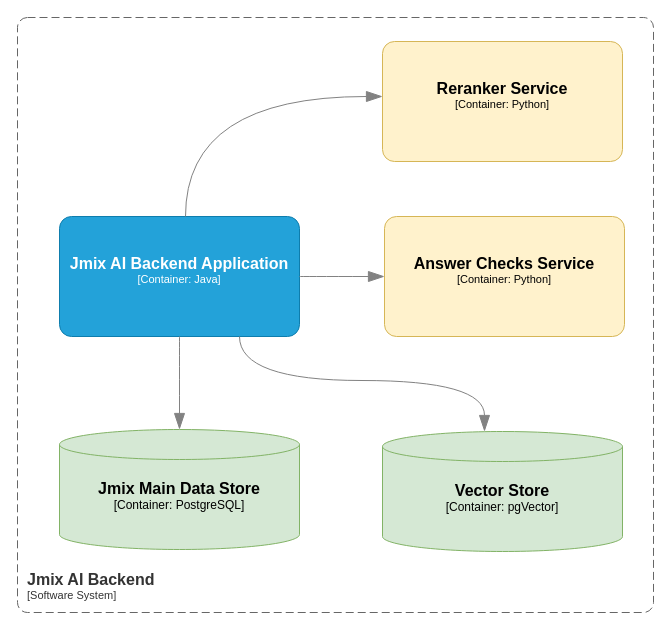
Above: page "containers" (2 of 2) of docs/jmix-ai-backend.drawio in jmix-framework/jmix-ai-backend (draw.io), before the change. Source tidied: cells renumbered, new cells numbered last; positions are measured from the earlier drawing's top-left corner, leaving out a move shared by most shapes. Both pictures are drawn from the tidied source at 100%, with x=0, y=0 at pixel (17, 17).
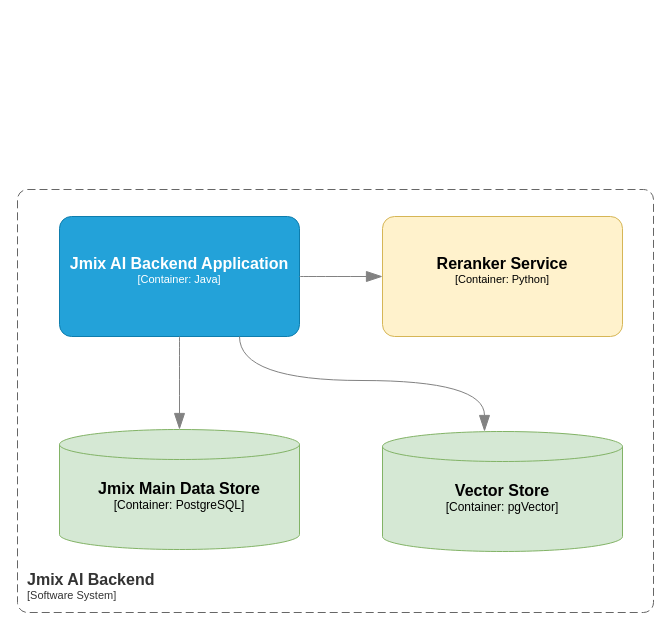
The same page after the edit.

The edit, as a diff of the source:
```diff
@@
 <mxGraphModel>
   <root>
     <mxCell id="0" />
     <mxCell id="1" parent="0" />
     <object id="2" label="&lt;font style=&quot;font-size: 16px&quot;&gt;&lt;b&gt;%c4Type%&lt;/b&gt;&lt;/font&gt;&lt;div&gt;[%c4Container%:&amp;nbsp;%c4Technology%]&lt;/div&gt;&lt;br&gt;&lt;div&gt;&lt;font style=&quot;font-size: 11px&quot;&gt;&lt;font color=&quot;#E6E6E6&quot;&gt;%c4Description%&lt;/font&gt;&lt;/div&gt;" c4Container="Container" c4Description="" c4Technology="PostgreSQL" c4Type="Jmix Main Data Store" placeholders="1">
       <mxCell style="shape=cylinder3;size=15;whiteSpace=wrap;html=1;boundedLbl=1;rounded=0;labelBackgroundColor=none;fillColor=#d5e8d4;fontSize=12;align=center;strokeColor=#82b366;points=[[0.5,0,0],[1,0.25,0],[1,0.5,0],[1,0.75,0],[0.5,1,0],[0,0.75,0],[0,0.5,0],[0,0.25,0]];" parent="1" vertex="1">
         <mxGeometry x="42" y="412" width="240" height="120" as="geometry" />
       </mxCell>
     </object>
     <object id="3" label="&lt;font style=&quot;font-size: 16px&quot;&gt;&lt;b&gt;%c4Type%&lt;/b&gt;&lt;/font&gt;&lt;div&gt;[%c4Container%:&amp;nbsp;%c4Technology%]&lt;/div&gt;&lt;br&gt;&lt;div&gt;&lt;font style=&quot;font-size: 11px&quot;&gt;&lt;font color=&quot;#E6E6E6&quot;&gt;%c4Description%&lt;/font&gt;&lt;/div&gt;" c4Container="Container" c4Description="" c4Technology="pgVector" c4Type="Vector Store" placeholders="1">
       <mxCell style="shape=cylinder3;size=15;whiteSpace=wrap;html=1;boundedLbl=1;rounded=0;labelBackgroundColor=none;fillColor=#d5e8d4;fontSize=12;align=center;strokeColor=#82b366;points=[[0.5,0,0],[1,0.25,0],[1,0.5,0],[1,0.75,0],[0.5,1,0],[0,0.75,0],[0,0.5,0],[0,0.25,0]];" parent="1" vertex="1">
         <mxGeometry x="365" y="414" width="240" height="120" as="geometry" />
       </mxCell>
     </object>
     <object id="4" label="&lt;font style=&quot;font-size: 16px&quot;&gt;&lt;b&gt;%c4Name%&lt;/b&gt;&lt;/font&gt;&lt;div&gt;[%c4Type%: %c4Technology%]&lt;/div&gt;&lt;br&gt;&lt;div&gt;&lt;font style=&quot;font-size: 11px&quot;&gt;&lt;font color=&quot;#E6E6E6&quot;&gt;%c4Description%&lt;/font&gt;&lt;/div&gt;" c4Description="" c4Name="Jmix AI Backend Application" c4Technology="Java" c4Type="Container" placeholders="1">
       <mxCell style="rounded=1;whiteSpace=wrap;html=1;fontSize=11;labelBackgroundColor=none;fillColor=#23A2D9;fontColor=#ffffff;align=center;arcSize=10;strokeColor=#0E7DAD;points=[[0.25,0,0],[0.5,0,0],[0.75,0,0],[1,0.25,0],[1,0.5,0],[1,0.75,0],[0.75,1,0],[0.5,1,0],[0.25,1,0],[0,0.75,0],[0,0.5,0],[0,0.25,0]];" parent="1" vertex="1">
         <mxGeometry x="42" y="199" width="240" height="120" as="geometry" />
       </mxCell>
     </object>
     <object id="5" label="&lt;font style=&quot;font-size: 16px&quot;&gt;&lt;b&gt;&lt;div style=&quot;text-align: left&quot;&gt;%c4Name%&lt;/div&gt;&lt;/b&gt;&lt;/font&gt;&lt;div style=&quot;text-align: left&quot;&gt;[%c4Application%]&lt;/div&gt;" c4Application="Software System" c4Name="Jmix AI Backend" placeholders="1">
       <mxCell style="rounded=1;fontSize=11;whiteSpace=wrap;html=1;dashed=1;arcSize=20;fillColor=none;strokeColor=#666666;fontColor=#333333;labelBackgroundColor=none;align=left;verticalAlign=bottom;labelBorderColor=none;spacingTop=0;spacing=10;dashPattern=8 4;perimeter=rectanglePerimeter;noLabel=0;labelPadding=0;absoluteArcSize=1;" parent="1" vertex="1">
-        <mxGeometry width="636" height="595" as="geometry" />
+        <mxGeometry y="172" width="636" height="423" as="geometry" />
       </mxCell>
     </object>
     <object id="6" label="&lt;font style=&quot;font-size: 16px&quot;&gt;&lt;b&gt;%c4Name%&lt;/b&gt;&lt;/font&gt;&lt;div&gt;[%c4Type%: %c4Technology%]&lt;/div&gt;&lt;br&gt;&lt;div&gt;&lt;font style=&quot;font-size: 11px&quot;&gt;&lt;font color=&quot;#E6E6E6&quot;&gt;%c4Description%&lt;/font&gt;&lt;/div&gt;" c4Description="" c4Name="Reranker Service" c4Technology="Python" c4Type="Container" placeholders="1">
       <mxCell style="rounded=1;whiteSpace=wrap;html=1;fontSize=11;labelBackgroundColor=none;fillColor=#fff2cc;align=center;arcSize=10;strokeColor=#d6b656;points=[[0.25,0,0],[0.5,0,0],[0.75,0,0],[1,0.25,0],[1,0.5,0],[1,0.75,0],[0.75,1,0],[0.5,1,0],[0.25,1,0],[0,0.75,0],[0,0.5,0],[0,0.25,0]];" parent="1" vertex="1">
-        <mxGeometry x="365" y="24" width="240" height="120" as="geometry" />
+        <mxGeometry x="365" y="199" width="240" height="120" as="geometry" />
       </mxCell>
     </object>
-    <object id="7" label="&lt;font style=&quot;font-size: 16px&quot;&gt;&lt;b&gt;%c4Name%&lt;/b&gt;&lt;/font&gt;&lt;div&gt;[%c4Type%: %c4Technology%]&lt;/div&gt;&lt;br&gt;&lt;div&gt;&lt;font style=&quot;font-size: 11px&quot;&gt;&lt;font color=&quot;#E6E6E6&quot;&gt;%c4Description%&lt;/font&gt;&lt;/div&gt;" c4Description="" c4Name="Answer Checks Service" c4Technology="Python" c4Type="Container" placeholders="1">
-      <mxCell style="rounded=1;whiteSpace=wrap;html=1;fontSize=11;labelBackgroundColor=none;fillColor=#fff2cc;align=center;arcSize=10;strokeColor=#d6b656;points=[[0.25,0,0],[0.5,0,0],[0.75,0,0],[1,0.25,0],[1,0.5,0],[1,0.75,0],[0.75,1,0],[0.5,1,0],[0.25,1,0],[0,0.75,0],[0,0.5,0],[0,0.25,0]];" parent="1" vertex="1">
-        <mxGeometry x="367" y="199" width="240" height="120" as="geometry" />
-      </mxCell>
-    </object>
     <mxCell id="8" style="endArrow=blockThin;html=1;fontSize=10;fontColor=#404040;strokeWidth=1;endFill=1;strokeColor=#828282;elbow=vertical;endSize=14;startSize=14;jumpStyle=arc;jumpSize=16;rounded=0;edgeStyle=orthogonalEdgeStyle;curved=1;" parent="1" edge="1" source="4" target="6">
-      <mxGeometry relative="1" as="geometry">
-        <Array as="points">
-          <mxPoint x="168" y="79" />
-        </Array>
-      </mxGeometry>
+      <mxGeometry relative="1" as="geometry" />
     </mxCell>
-    <mxCell id="9" style="endArrow=blockThin;html=1;fontSize=10;fontColor=#404040;strokeWidth=1;endFill=1;strokeColor=#828282;elbow=vertical;endSize=14;startSize=14;jumpStyle=arc;jumpSize=16;rounded=0;edgeStyle=orthogonalEdgeStyle;curved=1;" parent="1" edge="1" source="4" target="7">
-      <mxGeometry relative="1" as="geometry" />
-    </mxCell>
     <mxCell id="10" style="endArrow=blockThin;html=1;fontSize=10;fontColor=#404040;strokeWidth=1;endFill=1;strokeColor=#828282;elbow=vertical;endSize=14;startSize=14;jumpStyle=arc;jumpSize=16;rounded=0;edgeStyle=orthogonalEdgeStyle;curved=1;" parent="1" edge="1" source="4" target="2">
       <mxGeometry relative="1" as="geometry" />
     </mxCell>
     <mxCell id="11" style="endArrow=blockThin;html=1;fontSize=10;fontColor=#404040;strokeWidth=1;endFill=1;strokeColor=#828282;elbow=vertical;endSize=14;startSize=14;jumpStyle=arc;jumpSize=16;rounded=0;edgeStyle=orthogonalEdgeStyle;curved=1;exitX=0.75;exitY=1;exitDx=0;exitDy=0;exitPerimeter=0;" parent="1" edge="1" source="4" target="3">
       <mxGeometry relative="1" as="geometry">
         <Array as="points">
           <mxPoint x="222" y="363" />
           <mxPoint x="467" y="363" />
         </Array>
       </mxGeometry>
     </mxCell>
   </root>
 </mxGraphModel>
```
